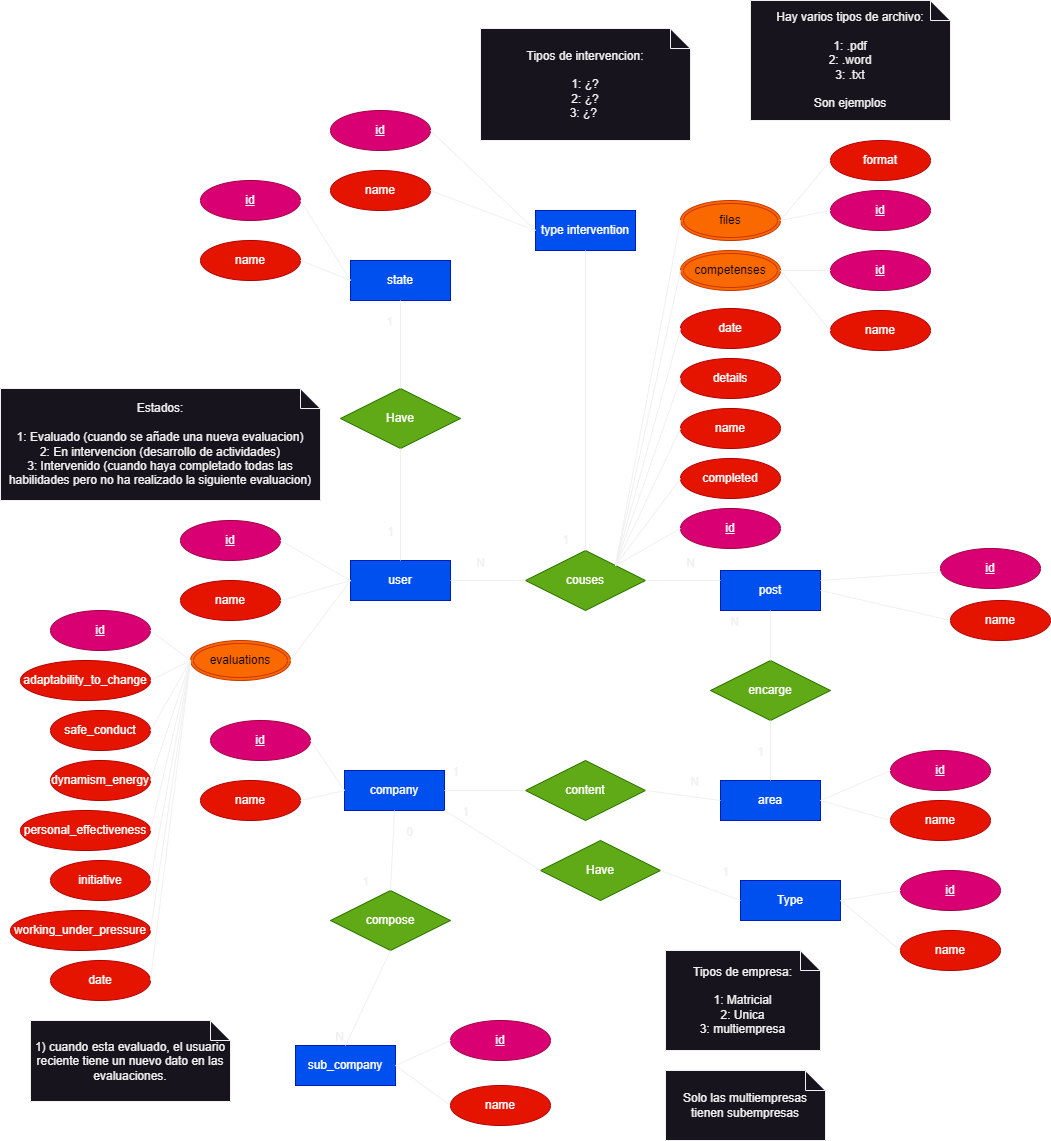
Above: theory/image DB.png in LosTraicionados/LosTraicionados-Backend (draw.io), before the change. Source tidied: cells renumbered, new cells last; positions are measured from the earlier drawing's top-left corner, leaving out a move shared by most shapes.
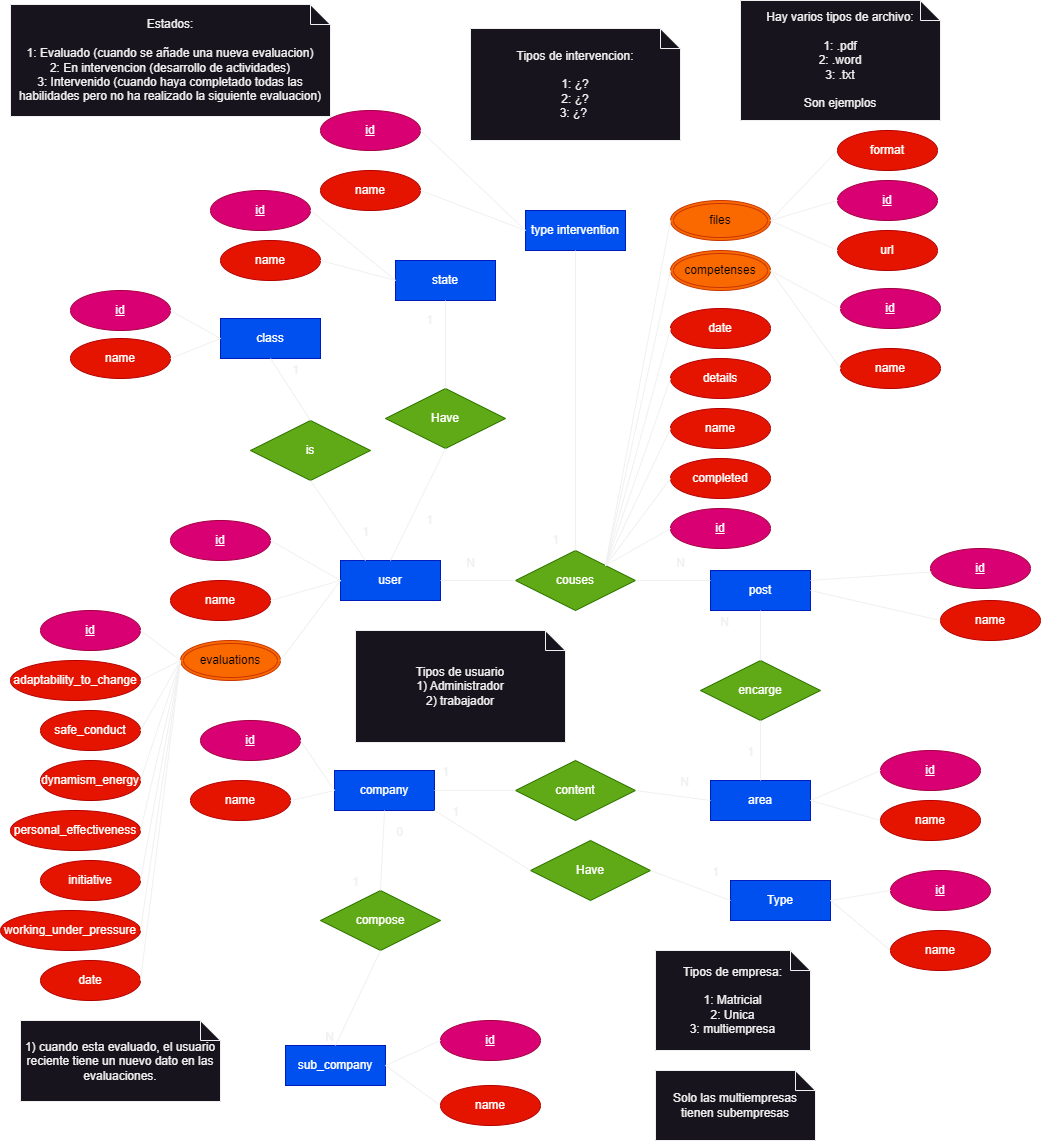
Above is the later version.

The edit, as a diff of the source:
```diff
@@ -221,13 +221,13 @@
       <mxGeometry x="900" y="930" width="100" height="40" as="geometry" />
     </mxCell>
     <mxCell id="74" value="Estados:&lt;div&gt;&lt;br&gt;&lt;/div&gt;&lt;div&gt;1: Evaluado (cuando se añade una nueva evaluacion)&lt;/div&gt;&lt;div&gt;2: En intervencion (desarrollo de actividades)&lt;/div&gt;&lt;div&gt;3: Intervenido (cuando haya completado todas las habilidades pero no ha realizado la siguiente evaluacion)&lt;/div&gt;" style="shape=note;size=20;whiteSpace=wrap;html=1;" parent="1" vertex="1">
-      <mxGeometry y="388" width="320" height="112" as="geometry" />
+      <mxGeometry x="20" y="4" width="320" height="112" as="geometry" />
     </mxCell>
     <mxCell id="75" value="state" style="whiteSpace=wrap;html=1;align=center;fillColor=#0050ef;fontColor=#ffffff;strokeColor=#001DBC;" parent="1" vertex="1">
-      <mxGeometry x="350" y="260" width="100" height="40" as="geometry" />
+      <mxGeometry x="405" y="260" width="100" height="40" as="geometry" />
     </mxCell>
     <mxCell id="76" value="Have" style="shape=rhombus;perimeter=rhombusPerimeter;whiteSpace=wrap;html=1;align=center;fillColor=#60a917;fontColor=#ffffff;strokeColor=#2D7600;" parent="1" vertex="1">
-      <mxGeometry x="340" y="388" width="120" height="60" as="geometry" />
+      <mxGeometry x="395" y="388" width="120" height="60" as="geometry" />
     </mxCell>
     <mxCell id="77" style="endArrow=none;html=1;rounded=0;entryX=0.5;entryY=0;entryDx=0;entryDy=0;exitX=0.5;exitY=1;exitDx=0;exitDy=0;" parent="1" edge="1" source="76" target="2">
       <mxGeometry relative="1" as="geometry" />
@@ -236,16 +236,16 @@
       <mxGeometry relative="1" as="geometry" />
     </mxCell>
     <mxCell id="79" value="1" style="html=1;whiteSpace=wrap;align=right;verticalAlign=bottom;" parent="1" vertex="1">
-      <mxGeometry x="394" y="330" as="geometry" />
+      <mxGeometry x="444" y="328" as="geometry" />
     </mxCell>
     <mxCell id="80" value="1" style="html=1;whiteSpace=wrap;align=right;verticalAlign=bottom;" parent="1" vertex="1">
-      <mxGeometry x="395" y="540" as="geometry" />
+      <mxGeometry x="444" y="528" as="geometry" />
     </mxCell>
     <mxCell id="81" value="id" style="ellipse;whiteSpace=wrap;html=1;align=center;fontStyle=4;fillColor=#d80073;fontColor=#ffffff;strokeColor=#A50040;" parent="1" vertex="1">
-      <mxGeometry x="200" y="180" width="100" height="40" as="geometry" />
+      <mxGeometry x="220" y="190" width="100" height="40" as="geometry" />
     </mxCell>
     <mxCell id="82" value="name" style="ellipse;whiteSpace=wrap;html=1;align=center;fillColor=#e51400;fontColor=#ffffff;strokeColor=#B20000;fontStyle=0;" parent="1" vertex="1">
-      <mxGeometry x="200" y="240" width="100" height="40" as="geometry" />
+      <mxGeometry x="230" y="240" width="100" height="40" as="geometry" />
     </mxCell>
     <mxCell id="83" style="endArrow=none;html=1;rounded=0;exitX=1;exitY=0.5;exitDx=0;exitDy=0;entryX=0;entryY=0.5;entryDx=0;entryDy=0;" parent="1" edge="1" source="81" target="75">
       <mxGeometry relative="1" as="geometry" />
@@ -323,7 +323,7 @@
       <mxGeometry relative="1" as="geometry" />
     </mxCell>
     <mxCell id="108" value="name" style="ellipse;whiteSpace=wrap;html=1;align=center;fillColor=#e51400;fontColor=#ffffff;strokeColor=#B20000;" parent="1" vertex="1">
-      <mxGeometry x="830" y="310" width="100" height="40" as="geometry" />
+      <mxGeometry x="850" y="348" width="100" height="40" as="geometry" />
     </mxCell>
     <mxCell id="109" style="endArrow=none;html=1;rounded=0;entryX=1;entryY=0.5;entryDx=0;entryDy=0;exitX=0;exitY=0.5;exitDx=0;exitDy=0;" parent="1" edge="1" source="108" target="99">
       <mxGeometry relative="1" as="geometry" />
@@ -332,16 +332,16 @@
       <mxGeometry relative="1" as="geometry" />
     </mxCell>
     <mxCell id="111" value="format" style="ellipse;whiteSpace=wrap;html=1;align=center;fillColor=#e51400;fontColor=#ffffff;strokeColor=#B20000;" parent="1" vertex="1">
-      <mxGeometry x="830" y="140" width="100" height="40" as="geometry" />
+      <mxGeometry x="847" y="130" width="100" height="40" as="geometry" />
     </mxCell>
     <mxCell id="112" value="id" style="ellipse;whiteSpace=wrap;html=1;align=center;fontStyle=4;fillColor=#d80073;fontColor=#ffffff;strokeColor=#A50040;" parent="1" vertex="1">
-      <mxGeometry x="830" y="190" width="100" height="40" as="geometry" />
+      <mxGeometry x="847" y="180" width="100" height="40" as="geometry" />
     </mxCell>
     <mxCell id="113" style="endArrow=none;html=1;rounded=0;entryX=1;entryY=0.5;entryDx=0;entryDy=0;exitX=0;exitY=0.5;exitDx=0;exitDy=0;" parent="1" edge="1" source="112" target="100">
       <mxGeometry relative="1" as="geometry" />
     </mxCell>
     <mxCell id="114" value="id" style="ellipse;whiteSpace=wrap;html=1;align=center;fontStyle=4;fillColor=#d80073;fontColor=#ffffff;strokeColor=#A50040;" parent="1" vertex="1">
-      <mxGeometry x="830" y="250" width="100" height="40" as="geometry" />
+      <mxGeometry x="850" y="288" width="100" height="40" as="geometry" />
     </mxCell>
     <mxCell id="115" style="endArrow=none;html=1;rounded=0;entryX=1;entryY=0.5;entryDx=0;entryDy=0;exitX=0;exitY=0.5;exitDx=0;exitDy=0;" parent="1" edge="1" source="114" target="99">
       <mxGeometry relative="1" as="geometry" />
@@ -361,5 +361,44 @@
     <mxCell id="120" value="Solo las multiempresas tienen subempresas" style="shape=note;size=20;whiteSpace=wrap;html=1;" parent="1" vertex="1">
       <mxGeometry x="665" y="1070" width="160" height="70" as="geometry" />
     </mxCell>
+    <mxCell id="121" value="class" style="whiteSpace=wrap;html=1;align=center;fillColor=#0050ef;fontColor=#ffffff;strokeColor=#001DBC;" parent="1" vertex="1">
+      <mxGeometry x="230" y="318" width="100" height="40" as="geometry" />
+    </mxCell>
+    <mxCell id="122" value="is" style="shape=rhombus;perimeter=rhombusPerimeter;whiteSpace=wrap;html=1;align=center;fillColor=#60a917;fontColor=#ffffff;strokeColor=#2D7600;" parent="1" vertex="1">
+      <mxGeometry x="260" y="420" width="120" height="60" as="geometry" />
+    </mxCell>
+    <mxCell id="123" style="endArrow=none;html=1;rounded=0;entryX=0.25;entryY=0;entryDx=0;entryDy=0;exitX=0.5;exitY=1;exitDx=0;exitDy=0;" parent="1" edge="1" source="122" target="2">
+      <mxGeometry relative="1" as="geometry" />
+    </mxCell>
+    <mxCell id="124" style="endArrow=none;html=1;rounded=0;entryX=0.5;entryY=1;entryDx=0;entryDy=0;exitX=0.5;exitY=0;exitDx=0;exitDy=0;" parent="1" edge="1" source="122" target="121">
+      <mxGeometry relative="1" as="geometry" />
+    </mxCell>
+    <mxCell id="125" value="1" style="html=1;whiteSpace=wrap;align=right;verticalAlign=bottom;" parent="1" vertex="1">
+      <mxGeometry x="380" y="540" as="geometry" />
+    </mxCell>
+    <mxCell id="126" value="1" style="html=1;whiteSpace=wrap;align=right;verticalAlign=bottom;" parent="1" vertex="1">
+      <mxGeometry x="310" y="378" as="geometry" />
+    </mxCell>
+    <mxCell id="127" value="id" style="ellipse;whiteSpace=wrap;html=1;align=center;fontStyle=4;fillColor=#d80073;fontColor=#ffffff;strokeColor=#A50040;" parent="1" vertex="1">
+      <mxGeometry x="80" y="290" width="100" height="40" as="geometry" />
+    </mxCell>
+    <mxCell id="128" value="name" style="ellipse;whiteSpace=wrap;html=1;align=center;fillColor=#e51400;fontColor=#ffffff;strokeColor=#B20000;fontStyle=0;" parent="1" vertex="1">
+      <mxGeometry x="80" y="338" width="100" height="40" as="geometry" />
+    </mxCell>
+    <mxCell id="129" style="endArrow=none;html=1;rounded=0;exitX=0;exitY=0.5;exitDx=0;exitDy=0;entryX=1;entryY=0.5;entryDx=0;entryDy=0;" parent="1" edge="1" source="121" target="128">
+      <mxGeometry relative="1" as="geometry" />
+    </mxCell>
+    <mxCell id="130" style="endArrow=none;html=1;rounded=0;entryX=1;entryY=0.5;entryDx=0;entryDy=0;exitX=0;exitY=0.5;exitDx=0;exitDy=0;" parent="1" edge="1" source="121" target="127">
+      <mxGeometry relative="1" as="geometry" />
+    </mxCell>
+    <mxCell id="131" value="Tipos de usuario&lt;div&gt;1) Administrador&lt;/div&gt;&lt;div&gt;2) trabajador&lt;/div&gt;" style="shape=note;size=20;whiteSpace=wrap;html=1;" parent="1" vertex="1">
+      <mxGeometry x="365" y="630" width="210" height="112" as="geometry" />
+    </mxCell>
+    <mxCell id="132" value="url" style="ellipse;whiteSpace=wrap;html=1;align=center;fillColor=#e51400;fontColor=#ffffff;strokeColor=#B20000;" parent="1" vertex="1">
+      <mxGeometry x="847" y="230" width="100" height="40" as="geometry" />
+    </mxCell>
+    <mxCell id="133" style="endArrow=none;html=1;rounded=0;entryX=1;entryY=0.5;entryDx=0;entryDy=0;exitX=0;exitY=0.5;exitDx=0;exitDy=0;" parent="1" edge="1" source="132" target="100">
+      <mxGeometry relative="1" as="geometry" />
+    </mxCell>
   </root>
 </mxGraphModel>
```
